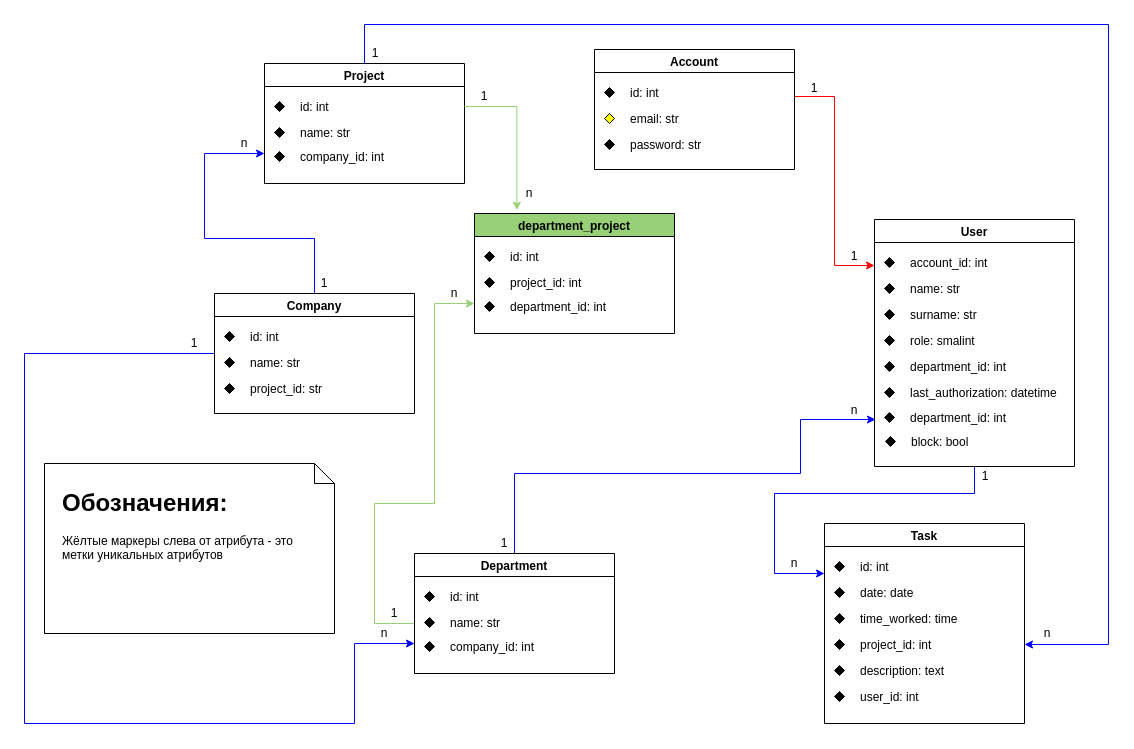
The draw.io diagram documentation/Даталогическая модель базы данных.drawio in TeamLacit/web_app, before the edit. Source tidied: cells renumbered, new cells numbered last; positions are measured from the earlier drawing's top-left corner, leaving out a move shared by most shapes. Both pictures are drawn from the tidied source at 100%, with x=0, y=0 at pixel (24, 24).
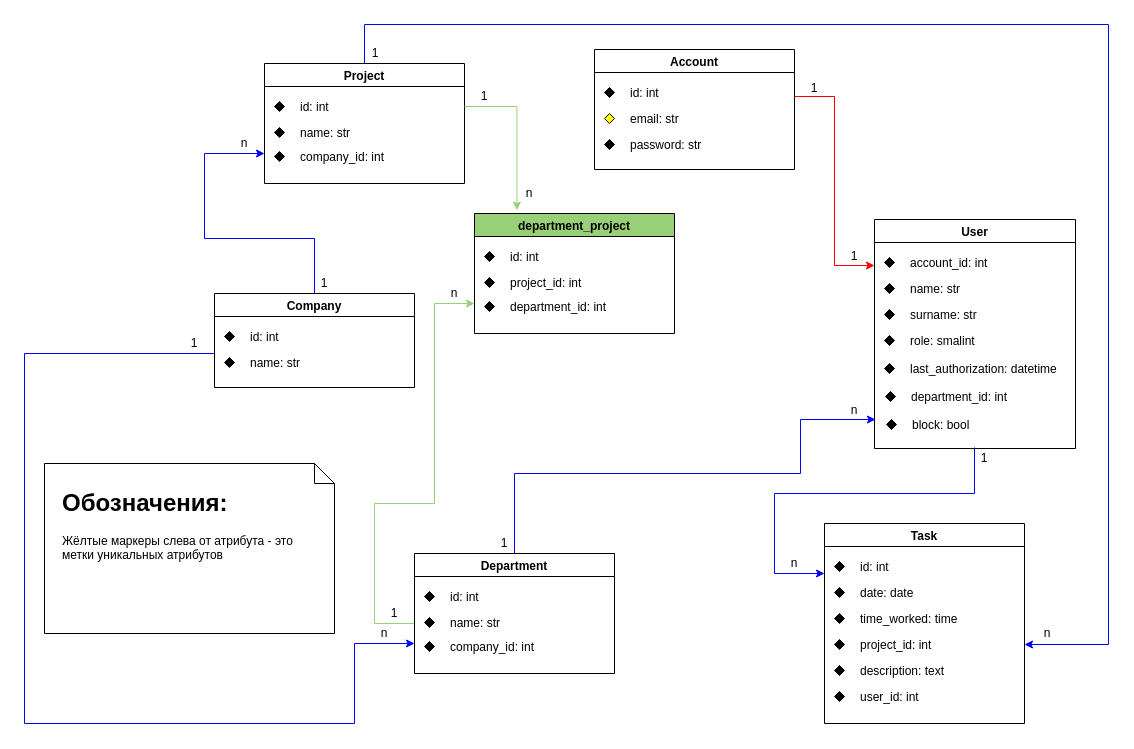
Above is the later version.

Unchanged cells that the change refers to:
```xml
<mxCell id="74" value="Task" style="swimlane;" parent="1" vertex="1">
  <mxGeometry x="800" y="499" width="200" height="200" as="geometry" />
</mxCell>
```

Diff of the diagram source:
```diff
@@
     <mxCell id="13" style="edgeStyle=orthogonalEdgeStyle;rounded=0;jettySize=auto;html=1;entryX=0;entryY=0.25;entryDx=0;entryDy=0;strokeColor=#0000FF;" parent="1" edge="1" target="74">
       <mxGeometry relative="1" as="geometry">
-        <mxPoint x="939" y="442" as="sourcePoint" />
+        <mxPoint x="950" y="423" as="sourcePoint" />
         <Array as="points">
           <mxPoint x="950" y="469" />
           <mxPoint x="750" y="469" />
           <mxPoint x="750" y="549" />
         </Array>
       </mxGeometry>
     </mxCell>
     <mxCell id="14" value="User" style="swimlane;" parent="1" vertex="1">
-      <mxGeometry x="850" y="195" width="200" height="247" as="geometry" />
+      <mxGeometry x="850" y="195" width="201" height="229" as="geometry" />
     </mxCell>
@@
-    <mxCell id="27" style="group;" parent="14" vertex="1">
-      <mxGeometry x="10" y="134" width="190" height="26" as="geometry" />
-    </mxCell>
-    <mxCell id="28" value="department_id: int" style="text;strokeColor=none;fillColor=none;align=left;verticalAlign=top;spacingLeft=4;spacingRight=4;overflow=hidden;" parent="27" vertex="1">
-      <mxGeometry x="20" width="170" height="26" as="geometry" />
-    </mxCell>
-    <mxCell id="29" style="rhombus;whiteSpace=wrap;html=1;fillColor=#000000;" parent="27" vertex="1">
-      <mxGeometry y="8" width="10" height="10" as="geometry" />
-    </mxCell>
+    <mxCell id="33" style="group;" parent="14" vertex="1">
+      <mxGeometry x="12" y="192" width="190" height="39" as="geometry" />
+    </mxCell>
+    <mxCell id="34" value="block: bool" style="text;strokeColor=none;fillColor=none;align=left;verticalAlign=top;spacingLeft=4;spacingRight=4;overflow=hidden;" parent="33" vertex="1">
+      <mxGeometry x="20" width="170" height="26" as="geometry" />
+    </mxCell>
+    <mxCell id="35" style="rhombus;whiteSpace=wrap;html=1;fillColor=#000000;" parent="33" vertex="1">
+      <mxGeometry y="8" width="10" height="10" as="geometry" />
+    </mxCell>
     <mxCell id="30" style="group;" parent="14" vertex="1">
-      <mxGeometry x="10" y="160" width="190" height="26" as="geometry" />
+      <mxGeometry x="10" y="136" width="190" height="26" as="geometry" />
     </mxCell>
@@
-    <mxCell id="33" style="group;" parent="14" vertex="1">
-      <mxGeometry x="11" y="209" width="190" height="39" as="geometry" />
-    </mxCell>
-    <mxCell id="34" value="block: bool" style="text;strokeColor=none;fillColor=none;align=left;verticalAlign=top;spacingLeft=4;spacingRight=4;overflow=hidden;" parent="33" vertex="1">
-      <mxGeometry x="20" width="170" height="26" as="geometry" />
-    </mxCell>
-    <mxCell id="35" style="rhombus;whiteSpace=wrap;html=1;fillColor=#000000;" parent="33" vertex="1">
-      <mxGeometry y="8" width="10" height="10" as="geometry" />
-    </mxCell>
     <mxCell id="36" style="group;" parent="14" vertex="1">
-      <mxGeometry x="10" y="185" width="190" height="26" as="geometry" />
+      <mxGeometry x="11" y="164" width="190" height="26" as="geometry" />
     </mxCell>
@@
     <mxCell id="49" value="Company" style="swimlane;" parent="1" vertex="1">
-      <mxGeometry x="190" y="269" width="200" height="120" as="geometry" />
+      <mxGeometry x="190" y="269" width="200" height="94" as="geometry" />
     </mxCell>
@@
-    <mxCell id="56" style="group;" parent="49" vertex="1">
-      <mxGeometry x="10" y="82" width="190" height="26" as="geometry" />
-    </mxCell>
-    <mxCell id="57" value="project_id: str" style="text;strokeColor=none;fillColor=none;align=left;verticalAlign=top;spacingLeft=4;spacingRight=4;overflow=hidden;" parent="56" vertex="1">
-      <mxGeometry x="20" width="170" height="26" as="geometry" />
-    </mxCell>
-    <mxCell id="58" style="rhombus;whiteSpace=wrap;html=1;fillColor=#000000;" parent="56" vertex="1">
-      <mxGeometry y="8" width="10" height="10" as="geometry" />
-    </mxCell>
@@
     <mxCell id="95" value="1" style="text;html=1;strokeColor=none;fillColor=none;align=center;verticalAlign=middle;whiteSpace=wrap;rounded=0;" parent="1" vertex="1">
-      <mxGeometry x="941" y="442" width="40" height="20" as="geometry" />
+      <mxGeometry x="940" y="424" width="40" height="20" as="geometry" />
     </mxCell>
```
